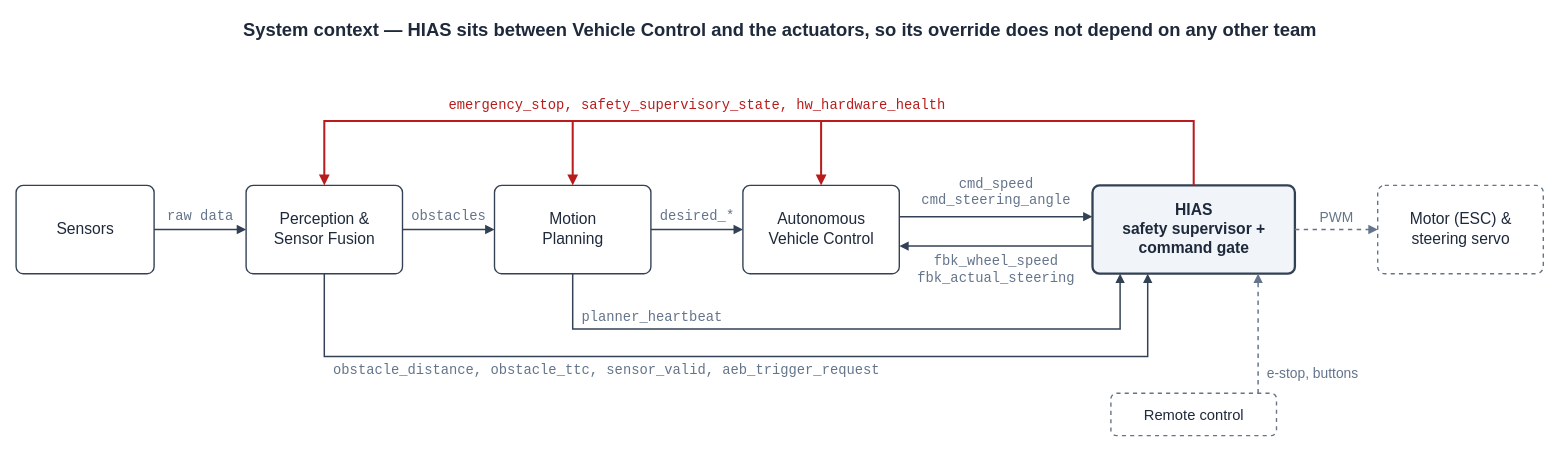
This is milestone-1/diagrams/system_context.drawio from colinbiorio/safety_integration, a draw.io file, before an edit. Source tidied: cells renumbered, new cells numbered last; positions are measured from the earlier drawing's top-left corner, leaving out a move shared by most shapes. Both pictures are drawn from the tidied source at 92%, with x=0, y=0 at pixel (16, 16).
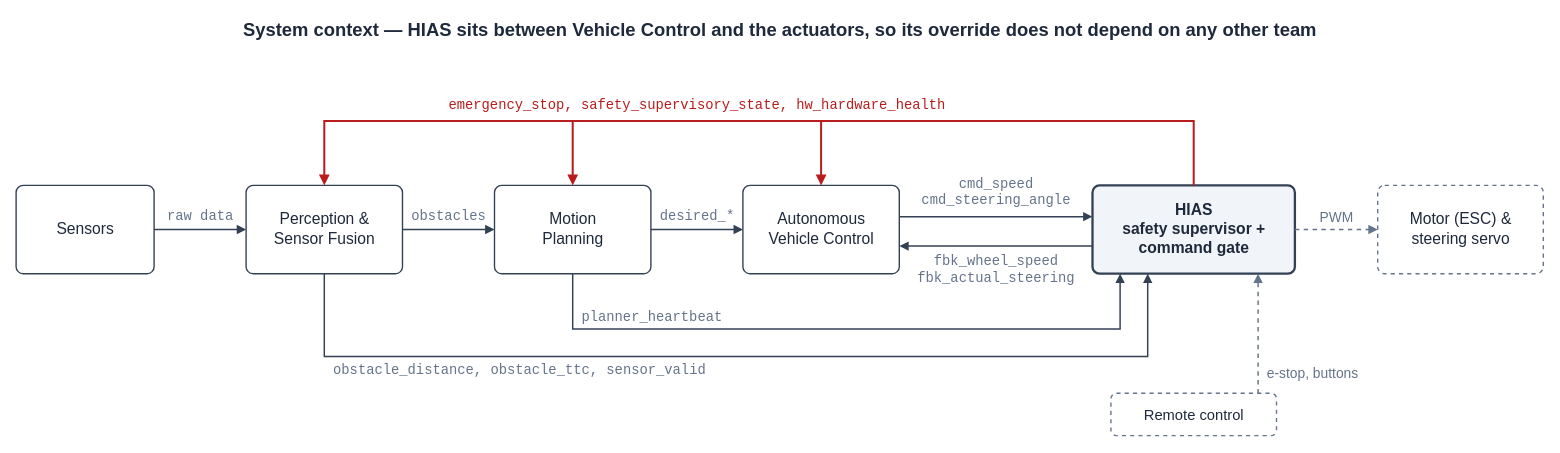
Above is the later version.

Diff of the diagram source:
```diff
@@
-    <mxCell id="28" value="obstacle_distance, obstacle_ttc, sensor_valid, aeb_trigger_request" style="text;html=1;strokeColor=none;fillColor=none;align=left;verticalAlign=middle;whiteSpace=nowrap;fontFamily=Courier New;fontSize=15;fontColor=#64748b;spacing=0;" parent="1" vertex="1">
-      <mxGeometry x="345" y="374.6" width="622" height="23" as="geometry" />
+    <mxCell id="28" value="obstacle_distance, obstacle_ttc, sensor_valid" style="text;html=1;strokeColor=none;fillColor=none;align=left;verticalAlign=middle;whiteSpace=nowrap;fontFamily=Courier New;fontSize=15;fontColor=#64748b;spacing=0;" parent="1" vertex="1">
+      <mxGeometry x="345" y="374.6" width="427" height="23" as="geometry" />
     </mxCell>
```
